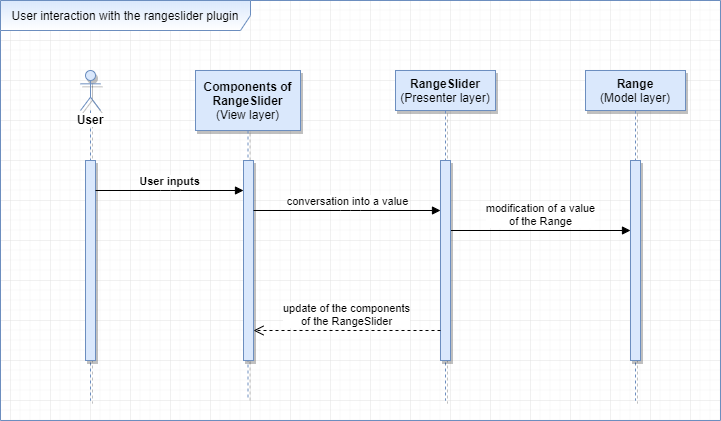
wirwl/ToxinRangeSlider keeps this draw.io diagram as UML/sd.png. Above is the earlier version. Source tidied: cells renumbered, new cells last; positions are measured from the earlier drawing's top-left corner, leaving out a move shared by most shapes.
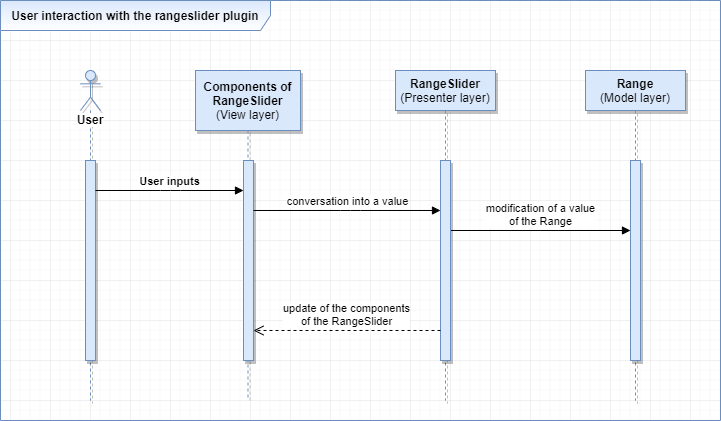
Later version of the same file.

Commit message:
Reupload some diagrams in UML folder

The edit, as a diff of the source:
```diff
@@ -2,7 +2,7 @@
   <root>
     <mxCell id="0" />
     <mxCell id="1" parent="0" />
-    <mxCell id="2" value="User interaction with the rangeslider plugin" style="shape=umlFrame;whiteSpace=wrap;html=1;width=250;height=30;fillColor=#dae8fc;strokeColor=#6c8ebf;gradientColor=#ffffff;" parent="1" vertex="1">
+    <mxCell id="2" value="&lt;b&gt;User interaction with the rangeslider plugin&lt;/b&gt;" style="shape=umlFrame;whiteSpace=wrap;html=1;width=270;height=30;fillColor=#dae8fc;strokeColor=#6c8ebf;gradientColor=#ffffff;" parent="1" vertex="1">
       <mxGeometry width="720" height="420" as="geometry" />
     </mxCell>
     <mxCell id="3" value="&lt;b&gt;User&lt;/b&gt;" style="shape=umlLifeline;participant=umlActor;perimeter=lifelinePerimeter;whiteSpace=wrap;html=1;verticalAlign=top;spacingTop=36;labelBackgroundColor=#ffffff;fillColor=#dae8fc;strokeColor=#6c8ebf;shadow=1;" parent="1" vertex="1">
```
